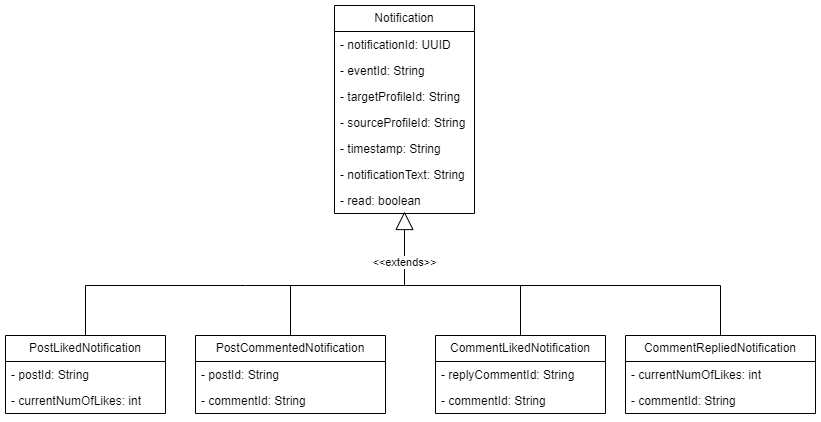
Above: services/notifications/notifications-service/diagrams/notifications-mongodb.drawio.png in szymonpoltorak/Social365 (draw.io), before the change. Source tidied: cells renumbered, new cells last; positions are measured from the earlier drawing's top-left corner, leaving out a move shared by most shapes.
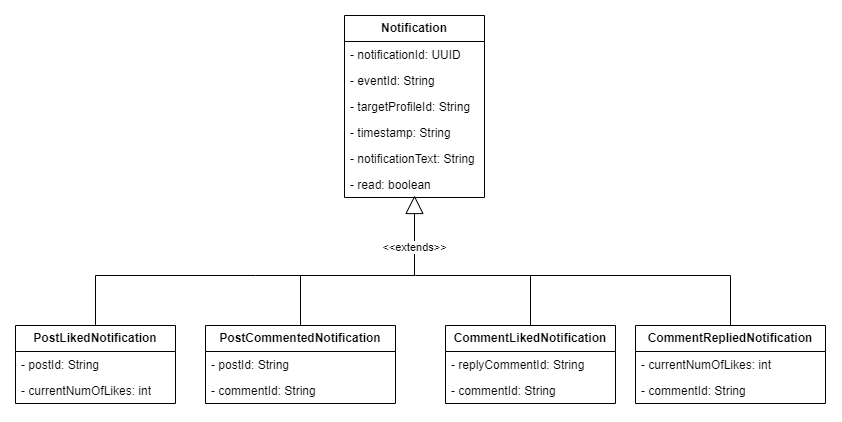
The same file after the commit.

Diff of the diagram source:
```diff
@@ -2,8 +2,8 @@
   <root>
     <mxCell id="0" />
     <mxCell id="1" parent="0" />
-    <mxCell id="2" value="Notification" style="swimlane;fontStyle=0;horizontal=1;startSize=26;fillColor=none;whiteSpace=wrap;html=1;" parent="1" vertex="1">
-      <mxGeometry x="329" width="140" height="208" as="geometry" />
+    <mxCell id="2" value="&lt;b&gt;Notification&lt;/b&gt;" style="swimlane;fontStyle=0;horizontal=1;startSize=26;fillColor=none;whiteSpace=wrap;html=1;" parent="1" vertex="1">
+      <mxGeometry x="329" y="20" width="140" height="182" as="geometry" />
     </mxCell>
     <mxCell id="3" value="- notificationId: UUID" style="text;strokeColor=none;fillColor=none;align=left;verticalAlign=top;spacingLeft=4;spacingRight=4;overflow=hidden;whiteSpace=wrap;html=1;" parent="2" vertex="1">
       <mxGeometry y="26" width="140" height="26" as="geometry" />
@@ -14,19 +14,16 @@
     <mxCell id="5" value="- targetProfileId: String" style="text;strokeColor=none;fillColor=none;align=left;verticalAlign=top;spacingLeft=4;spacingRight=4;overflow=hidden;whiteSpace=wrap;html=1;" parent="2" vertex="1">
       <mxGeometry y="78" width="140" height="26" as="geometry" />
     </mxCell>
-    <mxCell id="6" value="- sourceProfileId: String" style="text;strokeColor=none;fillColor=none;align=left;verticalAlign=top;spacingLeft=4;spacingRight=4;overflow=hidden;whiteSpace=wrap;html=1;" parent="2" vertex="1">
-      <mxGeometry y="104" width="140" height="26" as="geometry" />
-    </mxCell>
     <mxCell id="7" value="- timestamp: String" style="text;strokeColor=none;fillColor=none;align=left;verticalAlign=top;spacingLeft=4;spacingRight=4;overflow=hidden;whiteSpace=wrap;html=1;" parent="2" vertex="1">
-      <mxGeometry y="130" width="140" height="26" as="geometry" />
+      <mxGeometry y="104" width="140" height="26" as="geometry" />
     </mxCell>
     <mxCell id="8" value="- notificationText: String" style="text;strokeColor=none;fillColor=none;align=left;verticalAlign=top;spacingLeft=4;spacingRight=4;overflow=hidden;whiteSpace=wrap;html=1;" parent="2" vertex="1">
-      <mxGeometry y="156" width="140" height="26" as="geometry" />
+      <mxGeometry y="130" width="140" height="26" as="geometry" />
     </mxCell>
     <mxCell id="9" value="- read: boolean" style="text;strokeColor=none;fillColor=none;align=left;verticalAlign=top;spacingLeft=4;spacingRight=4;overflow=hidden;points=[[0,0.5],[1,0.5]];portConstraint=eastwest;whiteSpace=wrap;html=1;" parent="2" vertex="1">
-      <mxGeometry y="182" width="140" height="26" as="geometry" />
+      <mxGeometry y="156" width="140" height="26" as="geometry" />
     </mxCell>
-    <mxCell id="10" value="PostLikedNotification" style="swimlane;fontStyle=0;horizontal=1;startSize=26;fillColor=none;whiteSpace=wrap;html=1;" parent="1" vertex="1">
+    <mxCell id="10" value="&lt;b&gt;PostLikedNotification&lt;/b&gt;" style="swimlane;fontStyle=0;horizontal=1;startSize=26;fillColor=none;whiteSpace=wrap;html=1;" parent="1" vertex="1">
       <mxGeometry y="330" width="160" height="78" as="geometry" />
     </mxCell>
     <mxCell id="11" value="- postId: String" style="text;strokeColor=none;fillColor=none;align=left;verticalAlign=top;spacingLeft=4;spacingRight=4;overflow=hidden;whiteSpace=wrap;html=1;" parent="10" vertex="1">
@@ -43,7 +40,7 @@
         </Array>
       </mxGeometry>
     </mxCell>
-    <mxCell id="14" value="PostCommentedNotification" style="swimlane;fontStyle=0;horizontal=1;startSize=26;fillColor=none;whiteSpace=wrap;html=1;" parent="1" vertex="1">
+    <mxCell id="14" value="&lt;b&gt;PostCommentedNotification&lt;/b&gt;" style="swimlane;fontStyle=0;horizontal=1;startSize=26;fillColor=none;whiteSpace=wrap;html=1;" parent="1" vertex="1">
       <mxGeometry x="190" y="330" width="190" height="78" as="geometry" />
     </mxCell>
     <mxCell id="15" value="- postId: String" style="text;strokeColor=none;fillColor=none;align=left;verticalAlign=top;spacingLeft=4;spacingRight=4;overflow=hidden;whiteSpace=wrap;html=1;" parent="14" vertex="1">
@@ -60,7 +57,7 @@
         </Array>
       </mxGeometry>
     </mxCell>
-    <mxCell id="18" value="CommentLikedNotification" style="swimlane;fontStyle=0;horizontal=1;startSize=26;fillColor=none;whiteSpace=wrap;html=1;" parent="1" vertex="1">
+    <mxCell id="18" value="&lt;b&gt;CommentLikedNotification&lt;/b&gt;" style="swimlane;fontStyle=0;horizontal=1;startSize=26;fillColor=none;whiteSpace=wrap;html=1;" parent="1" vertex="1">
       <mxGeometry x="430" y="330" width="170" height="78" as="geometry" />
     </mxCell>
     <mxCell id="19" value="- replyCommentId: String" style="text;strokeColor=none;fillColor=none;align=left;verticalAlign=top;spacingLeft=4;spacingRight=4;overflow=hidden;whiteSpace=wrap;html=1;" parent="18" vertex="1">
@@ -77,7 +74,7 @@
         </Array>
       </mxGeometry>
     </mxCell>
-    <mxCell id="22" value="CommentRepliedNotification" style="swimlane;fontStyle=0;horizontal=1;startSize=26;fillColor=none;whiteSpace=wrap;html=1;" parent="1" vertex="1">
+    <mxCell id="22" value="&lt;b&gt;CommentRepliedNotification&lt;/b&gt;" style="swimlane;fontStyle=0;horizontal=1;startSize=26;fillColor=none;whiteSpace=wrap;html=1;" parent="1" vertex="1">
       <mxGeometry x="620" y="330" width="190" height="78" as="geometry" />
     </mxCell>
     <mxCell id="23" value="- currentNumOfLikes: int" style="text;strokeColor=none;fillColor=none;align=left;verticalAlign=top;spacingLeft=4;spacingRight=4;overflow=hidden;whiteSpace=wrap;html=1;" parent="22" vertex="1">
```
